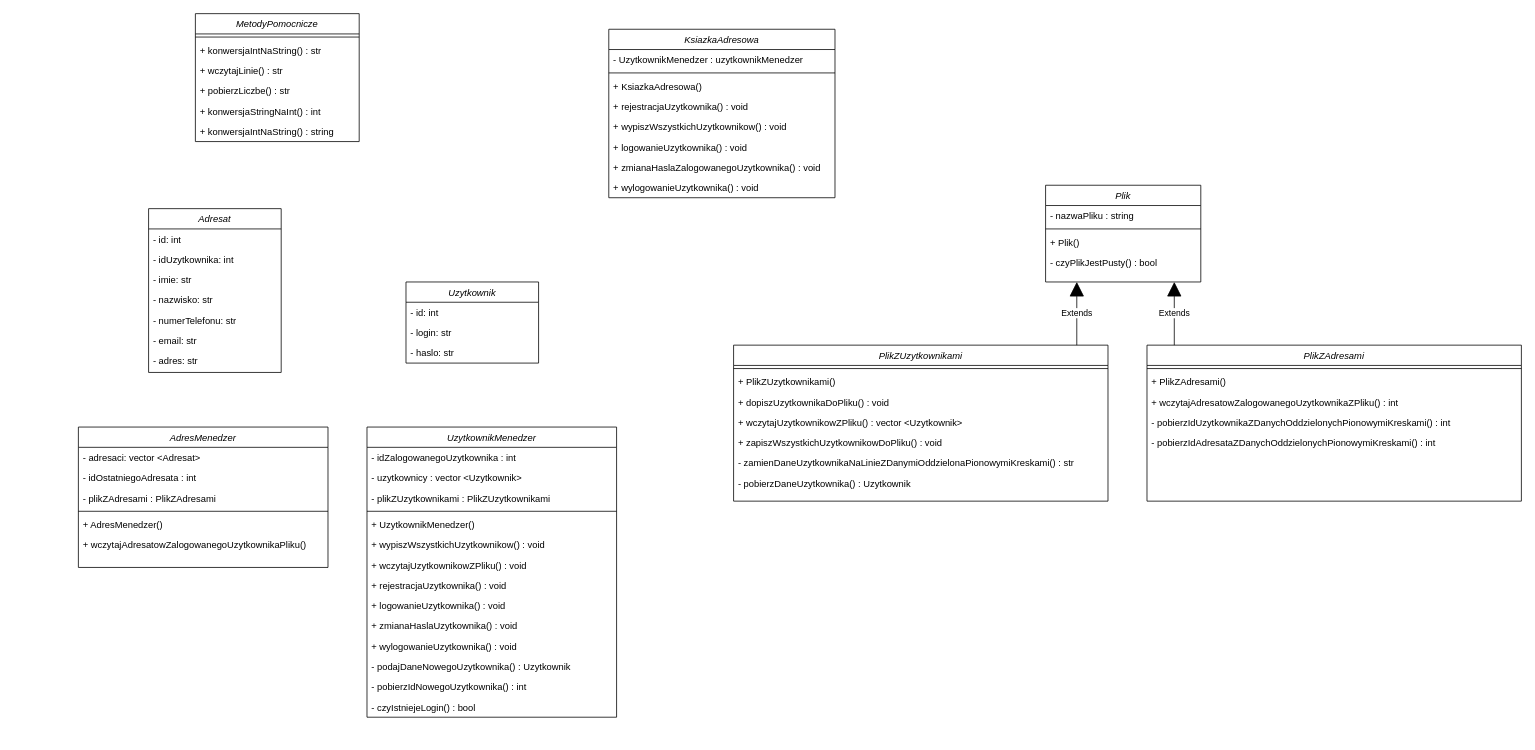
This is address-book-extension1-uml.drawio from MichalWilczek/address-book-FutureProgrammer, a draw.io file, before an edit. Source tidied: cells renumbered, new cells numbered last; positions are measured from the earlier drawing's top-left corner, leaving out a move shared by most shapes. Both pictures are drawn from the tidied source at 78%, with x=0, y=0 at pixel (78, 13).
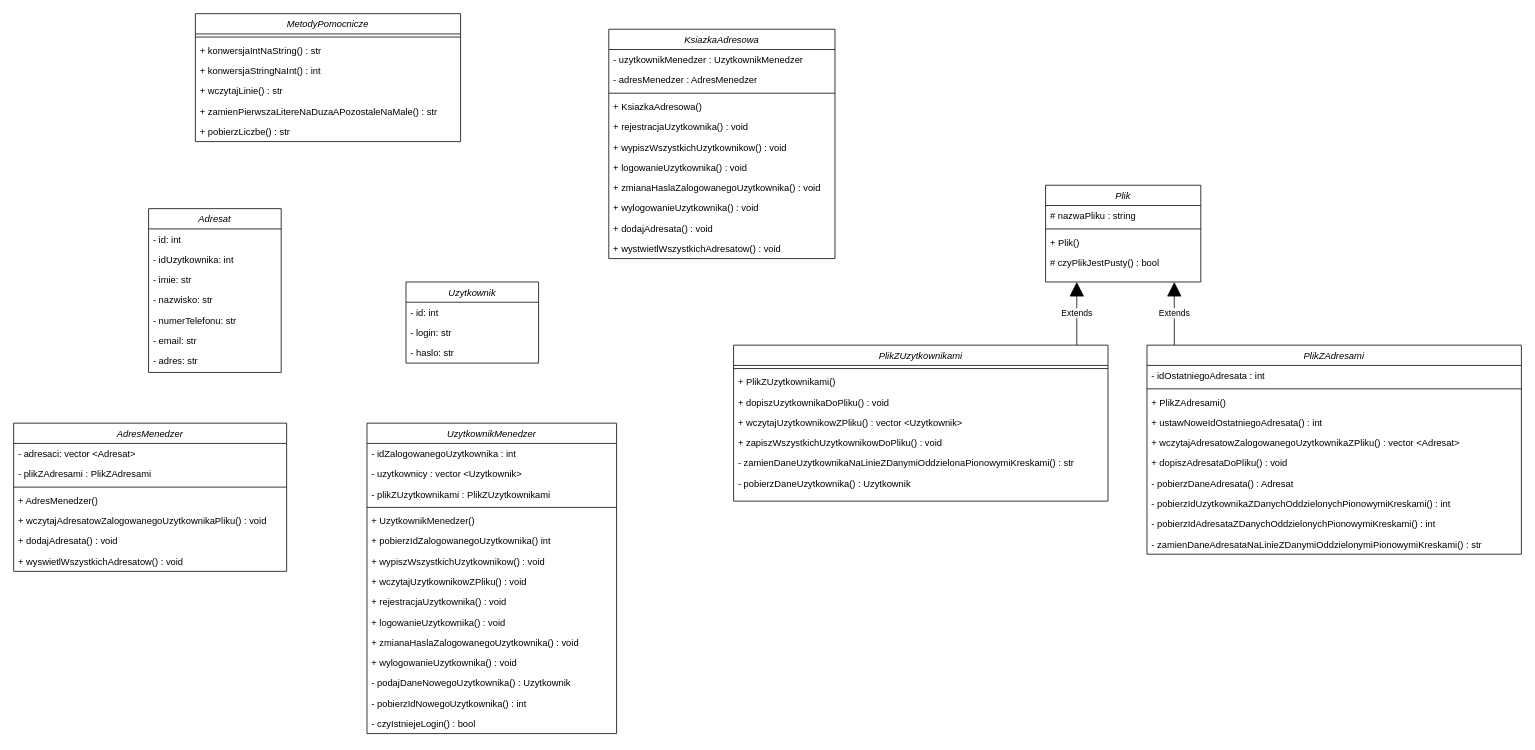
After the change.

Commit message (it also covers changes not shown here):
Refactor the code and update UML

The change refers to these unchanged cells:
```xml
<mxCell id="30" value="Plik" style="swimlane;fontStyle=2;align=center;verticalAlign=top;horizontal=1;startSize=26;rounded=0;shadow=0;strokeWidth=1;" parent="1" vertex="1">
  <mxGeometry x="1240" y="220" width="199" height="124" as="geometry" />
</mxCell>
```

Diff of the diagram source:
```diff
@@
     <mxCell id="2" value="KsiazkaAdresowa" style="swimlane;fontStyle=2;align=center;verticalAlign=top;horizontal=1;startSize=26;rounded=0;shadow=0;strokeWidth=1;" parent="1" vertex="1">
-      <mxGeometry x="680" y="20" width="290" height="216" as="geometry" />
+      <mxGeometry x="680" y="20" width="290" height="294" as="geometry" />
     </mxCell>
+    <mxCell id="73" value="- uzytkownikMenedzer : UzytkownikMenedzer" style="text;align=left;verticalAlign=top;spacingLeft=4;spacingRight=4;overflow=hidden;rounded=0;shadow=0;html=0;" parent="2" vertex="1">
+      <mxGeometry y="26" width="290" height="26" as="geometry" />
+    </mxCell>
-    <mxCell id="3" value="- UzytkownikMenedzer : uzytkownikMenedzer" style="text;align=left;verticalAlign=top;spacingLeft=4;spacingRight=4;overflow=hidden;rounded=0;shadow=0;html=0;" parent="2" vertex="1">
-      <mxGeometry y="26" width="290" height="26" as="geometry" />
+    <mxCell id="3" value="- adresMenedzer : AdresMenedzer" style="text;align=left;verticalAlign=top;spacingLeft=4;spacingRight=4;overflow=hidden;rounded=0;shadow=0;html=0;" parent="2" vertex="1">
+      <mxGeometry y="52" width="290" height="26" as="geometry" />
     </mxCell>
     <mxCell id="4" style="line;html=1;strokeWidth=1;align=left;verticalAlign=middle;spacingTop=-1;spacingLeft=3;spacingRight=3;labelPosition=right;" parent="2" vertex="1">
-      <mxGeometry y="52" width="290" height="8" as="geometry" />
+      <mxGeometry y="78" width="290" height="8" as="geometry" />
     </mxCell>
     <mxCell id="5" value="+ KsiazkaAdresowa()" style="text;align=left;verticalAlign=top;spacingLeft=4;spacingRight=4;overflow=hidden;" parent="2" vertex="1">
-      <mxGeometry y="60" width="290" height="26" as="geometry" />
+      <mxGeometry y="86" width="290" height="26" as="geometry" />
     </mxCell>
     <mxCell id="6" value="+ rejestracjaUzytkownika() : void" style="text;align=left;verticalAlign=top;spacingLeft=4;spacingRight=4;overflow=hidden;" parent="2" vertex="1">
-      <mxGeometry y="86" width="290" height="26" as="geometry" />
+      <mxGeometry y="112" width="290" height="26" as="geometry" />
     </mxCell>
     <mxCell id="7" value="+ wypiszWszystkichUzytkownikow() : void" style="text;align=left;verticalAlign=top;spacingLeft=4;spacingRight=4;overflow=hidden;" parent="2" vertex="1">
-      <mxGeometry y="112" width="290" height="26" as="geometry" />
+      <mxGeometry y="138" width="290" height="26" as="geometry" />
     </mxCell>
     <mxCell id="8" value="+ logowanieUzytkownika() : void" style="text;align=left;verticalAlign=top;spacingLeft=4;spacingRight=4;overflow=hidden;" parent="2" vertex="1">
-      <mxGeometry y="138" width="290" height="26" as="geometry" />
+      <mxGeometry y="164" width="290" height="26" as="geometry" />
     </mxCell>
     <mxCell id="9" value="+ zmianaHaslaZalogowanegoUzytkownika() : void" style="text;align=left;verticalAlign=top;spacingLeft=4;spacingRight=4;overflow=hidden;" parent="2" vertex="1">
-      <mxGeometry y="164" width="290" height="26" as="geometry" />
+      <mxGeometry y="190" width="290" height="26" as="geometry" />
     </mxCell>
+    <mxCell id="74" value="+ wylogowanieUzytkownika() : void" style="text;align=left;verticalAlign=top;spacingLeft=4;spacingRight=4;overflow=hidden;" parent="2" vertex="1">
+      <mxGeometry y="216" width="290" height="26" as="geometry" />
+    </mxCell>
+    <mxCell id="75" value="+ dodajAdresata() : void" style="text;align=left;verticalAlign=top;spacingLeft=4;spacingRight=4;overflow=hidden;" parent="2" vertex="1">
+      <mxGeometry y="242" width="290" height="26" as="geometry" />
+    </mxCell>
-    <mxCell id="10" value="+ wylogowanieUzytkownika() : void" style="text;align=left;verticalAlign=top;spacingLeft=4;spacingRight=4;overflow=hidden;" parent="2" vertex="1">
-      <mxGeometry y="190" width="290" height="26" as="geometry" />
+    <mxCell id="10" value="+ wystwietlWszystkichAdresatow() : void" style="text;align=left;verticalAlign=top;spacingLeft=4;spacingRight=4;overflow=hidden;" parent="2" vertex="1">
+      <mxGeometry y="268" width="290" height="26" as="geometry" />
     </mxCell>
@@
     <mxCell id="15" value="UzytkownikMenedzer" style="swimlane;fontStyle=2;align=center;verticalAlign=top;horizontal=1;startSize=26;rounded=0;shadow=0;strokeWidth=1;" parent="1" vertex="1">
-      <mxGeometry x="370" y="530" width="320" height="372" as="geometry" />
+      <mxGeometry x="370" y="525" width="320" height="398" as="geometry" />
     </mxCell>
@@
+    <mxCell id="76" value="+ UzytkownikMenedzer()" style="text;align=left;verticalAlign=top;spacingLeft=4;spacingRight=4;overflow=hidden;" parent="15" vertex="1">
+      <mxGeometry y="112" width="320" height="26" as="geometry" />
+    </mxCell>
-    <mxCell id="20" value="+ UzytkownikMenedzer()" style="text;align=left;verticalAlign=top;spacingLeft=4;spacingRight=4;overflow=hidden;" parent="15" vertex="1">
-      <mxGeometry y="112" width="320" height="26" as="geometry" />
+    <mxCell id="20" value="+ pobierzIdZalogowanegoUzytkownika() int" style="text;align=left;verticalAlign=top;spacingLeft=4;spacingRight=4;overflow=hidden;" parent="15" vertex="1">
+      <mxGeometry y="138" width="320" height="26" as="geometry" />
     </mxCell>
     <mxCell id="21" value="+ wypiszWszystkichUzytkownikow() : void" style="text;align=left;verticalAlign=top;spacingLeft=4;spacingRight=4;overflow=hidden;" parent="15" vertex="1">
-      <mxGeometry y="138" width="320" height="26" as="geometry" />
+      <mxGeometry y="164" width="320" height="26" as="geometry" />
     </mxCell>
     <mxCell id="22" value="+ wczytajUzytkownikowZPliku() : void" style="text;align=left;verticalAlign=top;spacingLeft=4;spacingRight=4;overflow=hidden;" parent="15" vertex="1">
-      <mxGeometry y="164" width="320" height="26" as="geometry" />
+      <mxGeometry y="190" width="320" height="26" as="geometry" />
     </mxCell>
     <mxCell id="23" value="+ rejestracjaUzytkownika() : void" style="text;align=left;verticalAlign=top;spacingLeft=4;spacingRight=4;overflow=hidden;" parent="15" vertex="1">
-      <mxGeometry y="190" width="320" height="26" as="geometry" />
+      <mxGeometry y="216" width="320" height="26" as="geometry" />
     </mxCell>
     <mxCell id="24" value="+ logowanieUzytkownika() : void" style="text;align=left;verticalAlign=top;spacingLeft=4;spacingRight=4;overflow=hidden;" parent="15" vertex="1">
-      <mxGeometry y="216" width="320" height="26" as="geometry" />
+      <mxGeometry y="242" width="320" height="26" as="geometry" />
     </mxCell>
-    <mxCell id="25" value="+ zmianaHaslaUzytkownika() : void" style="text;align=left;verticalAlign=top;spacingLeft=4;spacingRight=4;overflow=hidden;" parent="15" vertex="1">
-      <mxGeometry y="242" width="320" height="26" as="geometry" />
+    <mxCell id="25" value="+ zmianaHaslaZalogowanegoUzytkownika() : void" style="text;align=left;verticalAlign=top;spacingLeft=4;spacingRight=4;overflow=hidden;" parent="15" vertex="1">
+      <mxGeometry y="268" width="320" height="26" as="geometry" />
     </mxCell>
     <mxCell id="26" value="+ wylogowanieUzytkownika() : void" style="text;align=left;verticalAlign=top;spacingLeft=4;spacingRight=4;overflow=hidden;" parent="15" vertex="1">
-      <mxGeometry y="268" width="320" height="26" as="geometry" />
+      <mxGeometry y="294" width="320" height="26" as="geometry" />
     </mxCell>
     <mxCell id="27" value="- podajDaneNowegoUzytkownika() : Uzytkownik" style="text;align=left;verticalAlign=top;spacingLeft=4;spacingRight=4;overflow=hidden;" parent="15" vertex="1">
-      <mxGeometry y="294" width="320" height="26" as="geometry" />
+      <mxGeometry y="320" width="320" height="26" as="geometry" />
     </mxCell>
     <mxCell id="28" value="- pobierzIdNowegoUzytkownika() : int" style="text;align=left;verticalAlign=top;spacingLeft=4;spacingRight=4;overflow=hidden;" parent="15" vertex="1">
-      <mxGeometry y="320" width="320" height="26" as="geometry" />
+      <mxGeometry y="346" width="320" height="26" as="geometry" />
     </mxCell>
     <mxCell id="29" value="- czyIstniejeLogin() : bool" style="text;align=left;verticalAlign=top;spacingLeft=4;spacingRight=4;overflow=hidden;" parent="15" vertex="1">
-      <mxGeometry y="346" width="320" height="26" as="geometry" />
+      <mxGeometry y="372" width="320" height="26" as="geometry" />
     </mxCell>
@@
-    <mxCell id="31" value="- nazwaPliku : string" style="text;align=left;verticalAlign=top;spacingLeft=4;spacingRight=4;overflow=hidden;rounded=0;shadow=0;html=0;" parent="30" vertex="1">
+    <mxCell id="31" value="# nazwaPliku : string" style="text;align=left;verticalAlign=top;spacingLeft=4;spacingRight=4;overflow=hidden;rounded=0;shadow=0;html=0;" parent="30" vertex="1">
       <mxGeometry y="26" width="199" height="26" as="geometry" />
     </mxCell>
@@
-    <mxCell id="34" value="- czyPlikJestPusty() : bool" style="text;align=left;verticalAlign=top;spacingLeft=4;spacingRight=4;overflow=hidden;" parent="30" vertex="1">
+    <mxCell id="34" value="# czyPlikJestPusty() : bool" style="text;align=left;verticalAlign=top;spacingLeft=4;spacingRight=4;overflow=hidden;" parent="30" vertex="1">
       <mxGeometry y="86" width="199" height="26" as="geometry" />
     </mxCell>
     <mxCell id="35" value="MetodyPomocnicze" style="swimlane;fontStyle=2;align=center;verticalAlign=top;horizontal=1;startSize=26;rounded=0;shadow=0;strokeWidth=1;" parent="1" vertex="1">
-      <mxGeometry x="150" width="210" height="164" as="geometry" />
+      <mxGeometry x="150" width="340" height="164" as="geometry" />
     </mxCell>
     <mxCell id="36" style="line;html=1;strokeWidth=1;align=left;verticalAlign=middle;spacingTop=-1;spacingLeft=3;spacingRight=3;labelPosition=right;" parent="35" vertex="1">
-      <mxGeometry y="26" width="210" height="8" as="geometry" />
+      <mxGeometry y="26" width="340" height="8" as="geometry" />
     </mxCell>
     <mxCell id="37" value="+ konwersjaIntNaString() : str" style="text;align=left;verticalAlign=top;spacingLeft=4;spacingRight=4;overflow=hidden;" parent="35" vertex="1">
-      <mxGeometry y="34" width="210" height="26" as="geometry" />
+      <mxGeometry y="34" width="340" height="26" as="geometry" />
     </mxCell>
+    <mxCell id="40" value="+ konwersjaStringNaInt() : int" style="text;align=left;verticalAlign=top;spacingLeft=4;spacingRight=4;overflow=hidden;" parent="35" vertex="1">
+      <mxGeometry y="60" width="340" height="26" as="geometry" />
+    </mxCell>
     <mxCell id="38" value="+ wczytajLinie() : str" style="text;align=left;verticalAlign=top;spacingLeft=4;spacingRight=4;overflow=hidden;" parent="35" vertex="1">
-      <mxGeometry y="60" width="210" height="26" as="geometry" />
+      <mxGeometry y="86" width="340" height="26" as="geometry" />
     </mxCell>
+    <mxCell id="41" value="+ zamienPierwszaLitereNaDuzaAPozostaleNaMale() : str" style="text;align=left;verticalAlign=top;spacingLeft=4;spacingRight=4;overflow=hidden;" parent="35" vertex="1">
+      <mxGeometry y="112" width="340" height="26" as="geometry" />
+    </mxCell>
     <mxCell id="39" value="+ pobierzLiczbe() : str" style="text;align=left;verticalAlign=top;spacingLeft=4;spacingRight=4;overflow=hidden;" parent="35" vertex="1">
-      <mxGeometry y="86" width="210" height="26" as="geometry" />
+      <mxGeometry y="138" width="340" height="26" as="geometry" />
     </mxCell>
-    <mxCell id="40" value="+ konwersjaStringNaInt() : int" style="text;align=left;verticalAlign=top;spacingLeft=4;spacingRight=4;overflow=hidden;" parent="35" vertex="1">
-      <mxGeometry y="112" width="210" height="26" as="geometry" />
-    </mxCell>
-    <mxCell id="41" value="+ konwersjaIntNaString() : string" style="text;align=left;verticalAlign=top;spacingLeft=4;spacingRight=4;overflow=hidden;" parent="35" vertex="1">
-      <mxGeometry y="138" width="210" height="26" as="geometry" />
-    </mxCell>
@@
     <mxCell id="51" value="PlikZAdresami" style="swimlane;fontStyle=2;align=center;verticalAlign=top;horizontal=1;startSize=26;rounded=0;shadow=0;strokeWidth=1;" parent="1" vertex="1">
-      <mxGeometry x="1370" y="425" width="480" height="200" as="geometry" />
+      <mxGeometry x="1370" y="425" width="480" height="268" as="geometry" />
     </mxCell>
+    <mxCell id="68" value="- idOstatniegoAdresata : int" style="text;align=left;verticalAlign=top;spacingLeft=4;spacingRight=4;overflow=hidden;" parent="51" vertex="1">
+      <mxGeometry y="26" width="480" height="26" as="geometry" />
+    </mxCell>
     <mxCell id="52" style="line;html=1;strokeWidth=1;align=left;verticalAlign=middle;spacingTop=-1;spacingLeft=3;spacingRight=3;labelPosition=right;" parent="51" vertex="1">
-      <mxGeometry y="26" width="480" height="8" as="geometry" />
+      <mxGeometry y="52" width="480" height="8" as="geometry" />
     </mxCell>
+    <mxCell id="77" value="+ PlikZAdresami()" style="text;align=left;verticalAlign=top;spacingLeft=4;spacingRight=4;overflow=hidden;" parent="51" vertex="1">
+      <mxGeometry y="60" width="480" height="26" as="geometry" />
+    </mxCell>
-    <mxCell id="53" value="+ PlikZAdresami()" style="text;align=left;verticalAlign=top;spacingLeft=4;spacingRight=4;overflow=hidden;" parent="51" vertex="1">
-      <mxGeometry y="34" width="480" height="26" as="geometry" />
+    <mxCell id="53" value="+ ustawNoweIdOstatniegoAdresata() : int" style="text;align=left;verticalAlign=top;spacingLeft=4;spacingRight=4;overflow=hidden;" parent="51" vertex="1">
+      <mxGeometry y="86" width="480" height="26" as="geometry" />
     </mxCell>
+    <mxCell id="78" value="+ wczytajAdresatowZalogowanegoUzytkownikaZPliku() : vector &lt;Adresat&gt;" style="text;align=left;verticalAlign=top;spacingLeft=4;spacingRight=4;overflow=hidden;" parent="51" vertex="1">
+      <mxGeometry y="112" width="480" height="26" as="geometry" />
+    </mxCell>
+    <mxCell id="79" value="+ dopiszAdresataDoPliku() : void" style="text;align=left;verticalAlign=top;spacingLeft=4;spacingRight=4;overflow=hidden;" parent="51" vertex="1">
+      <mxGeometry y="138" width="480" height="26" as="geometry" />
+    </mxCell>
-    <mxCell id="54" value="+ wczytajAdresatowZalogowanegoUzytkownikaZPliku() : int" style="text;align=left;verticalAlign=top;spacingLeft=4;spacingRight=4;overflow=hidden;" parent="51" vertex="1">
-      <mxGeometry y="60" width="480" height="26" as="geometry" />
+    <mxCell id="54" value="- pobierzDaneAdresata() : Adresat " style="text;align=left;verticalAlign=top;spacingLeft=4;spacingRight=4;overflow=hidden;" parent="51" vertex="1">
+      <mxGeometry y="164" width="480" height="26" as="geometry" />
     </mxCell>
     <mxCell id="55" value="- pobierzIdUzytkownikaZDanychOddzielonychPionowymiKreskami() : int" style="text;align=left;verticalAlign=top;spacingLeft=4;spacingRight=4;overflow=hidden;" parent="51" vertex="1">
-      <mxGeometry y="86" width="480" height="26" as="geometry" />
+      <mxGeometry y="190" width="480" height="26" as="geometry" />
     </mxCell>
+    <mxCell id="80" value="- pobierzIdAdresataZDanychOddzielonychPionowymiKreskami() : int" style="text;align=left;verticalAlign=top;spacingLeft=4;spacingRight=4;overflow=hidden;" parent="51" vertex="1">
+      <mxGeometry y="216" width="480" height="26" as="geometry" />
+    </mxCell>
-    <mxCell id="56" value="- pobierzIdAdresataZDanychOddzielonychPionowymiKreskami() : int" style="text;align=left;verticalAlign=top;spacingLeft=4;spacingRight=4;overflow=hidden;" parent="51" vertex="1">
-      <mxGeometry y="112" width="480" height="26" as="geometry" />
+    <mxCell id="56" value="- zamienDaneAdresataNaLinieZDanymiOddzielonymiPionowymiKreskami() : str" style="text;align=left;verticalAlign=top;spacingLeft=4;spacingRight=4;overflow=hidden;" parent="51" vertex="1">
+      <mxGeometry y="242" width="480" height="26" as="geometry" />
     </mxCell>
@@
     <mxCell id="66" value="AdresMenedzer" style="swimlane;fontStyle=2;align=center;verticalAlign=top;horizontal=1;startSize=26;rounded=0;shadow=0;strokeWidth=1;" parent="1" vertex="1">
-      <mxGeometry y="530" width="320" height="180" as="geometry" />
+      <mxGeometry x="-83" y="525" width="350" height="190" as="geometry" />
     </mxCell>
     <mxCell id="67" value="- adresaci: vector &lt;Adresat&gt;" style="text;align=left;verticalAlign=top;spacingLeft=4;spacingRight=4;overflow=hidden;rounded=0;shadow=0;html=0;" parent="66" vertex="1">
-      <mxGeometry y="26" width="320" height="26" as="geometry" />
+      <mxGeometry y="26" width="350" height="26" as="geometry" />
     </mxCell>
-    <mxCell id="68" value="- idOstatniegoAdresata : int" style="text;align=left;verticalAlign=top;spacingLeft=4;spacingRight=4;overflow=hidden;rounded=0;shadow=0;html=0;" parent="66" vertex="1">
-      <mxGeometry y="52" width="320" height="26" as="geometry" />
-    </mxCell>
     <mxCell id="69" value="- plikZAdresami : PlikZAdresami" style="text;align=left;verticalAlign=top;spacingLeft=4;spacingRight=4;overflow=hidden;rounded=0;shadow=0;html=0;" parent="66" vertex="1">
-      <mxGeometry y="78" width="320" height="26" as="geometry" />
+      <mxGeometry y="52" width="350" height="26" as="geometry" />
     </mxCell>
     <mxCell id="70" style="line;html=1;strokeWidth=1;align=left;verticalAlign=middle;spacingTop=-1;spacingLeft=3;spacingRight=3;labelPosition=right;" parent="66" vertex="1">
-      <mxGeometry y="104" width="320" height="8" as="geometry" />
+      <mxGeometry y="78" width="350" height="8" as="geometry" />
     </mxCell>
     <mxCell id="71" value="+ AdresMenedzer()" style="text;align=left;verticalAlign=top;spacingLeft=4;spacingRight=4;overflow=hidden;" parent="66" vertex="1">
-      <mxGeometry y="112" width="320" height="26" as="geometry" />
+      <mxGeometry y="86" width="350" height="26" as="geometry" />
     </mxCell>
+    <mxCell id="81" value="+ wczytajAdresatowZalogowanegoUzytkownikaPliku() : void" style="text;align=left;verticalAlign=top;spacingLeft=4;spacingRight=4;overflow=hidden;" parent="66" vertex="1">
+      <mxGeometry y="112" width="350" height="26" as="geometry" />
+    </mxCell>
+    <mxCell id="82" value="+ dodajAdresata() : void" style="text;align=left;verticalAlign=top;spacingLeft=4;spacingRight=4;overflow=hidden;" parent="66" vertex="1">
+      <mxGeometry y="138" width="350" height="26" as="geometry" />
+    </mxCell>
-    <mxCell id="72" value="+ wczytajAdresatowZalogowanegoUzytkownikaPliku()" style="text;align=left;verticalAlign=top;spacingLeft=4;spacingRight=4;overflow=hidden;" parent="66" vertex="1">
-      <mxGeometry y="138" width="320" height="26" as="geometry" />
+    <mxCell id="72" value="+ wyswietlWszystkichAdresatow() : void" style="text;align=left;verticalAlign=top;spacingLeft=4;spacingRight=4;overflow=hidden;" parent="66" vertex="1">
+      <mxGeometry y="164" width="350" height="26" as="geometry" />
     </mxCell>
```
